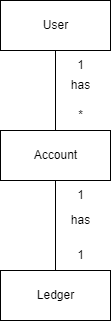
Earlier version of the draw.io export docs/domain.drawio.png (Ch0c0l4tE/tiny-bank). Source tidied: cells renumbered, new cells last; positions are measured from the earlier drawing's top-left corner, leaving out a move shared by most shapes. The source it was exported from:
```xml
<mxGraphModel>
  <root>
    <mxCell id="0" />
    <mxCell id="1" parent="0" />
    <mxCell id="2" style="edgeStyle=none;html=1;exitX=0.5;exitY=1;exitDx=0;exitDy=0;entryX=0.5;entryY=0;entryDx=0;entryDy=0;endArrow=none;endFill=0;" parent="1" edge="1" source="3" target="5">
      <mxGeometry relative="1" as="geometry" />
    </mxCell>
    <mxCell id="3" value="User" style="html=1;" parent="1" vertex="1">
      <mxGeometry width="110" height="50" as="geometry" />
    </mxCell>
    <mxCell id="4" style="edgeStyle=none;html=1;exitX=0.5;exitY=1;exitDx=0;exitDy=0;entryX=0.5;entryY=0;entryDx=0;entryDy=0;endArrow=none;endFill=0;" parent="1" edge="1" source="5" target="6">
      <mxGeometry relative="1" as="geometry" />
    </mxCell>
    <mxCell id="5" value="Account" style="html=1;" parent="1" vertex="1">
      <mxGeometry y="130" width="110" height="50" as="geometry" />
    </mxCell>
    <mxCell id="6" value="Ledger" style="html=1;" parent="1" vertex="1">
      <mxGeometry y="270" width="110" height="50" as="geometry" />
    </mxCell>
    <mxCell id="7" value="1" style="text;html=1;align=center;verticalAlign=middle;strokeColor=none;fillColor=none;" parent="1" vertex="1">
      <mxGeometry x="65" y="50" width="30" height="30" as="geometry" />
    </mxCell>
    <mxCell id="8" style="edgeStyle=none;html=1;" parent="1" edge="1" source="9" target="5">
      <mxGeometry relative="1" as="geometry" />
    </mxCell>
    <mxCell id="9" value="1" style="text;html=1;align=center;verticalAlign=middle;points=[];strokeColor=none;fillColor=none;" parent="1" vertex="1">
      <mxGeometry x="65" y="180" width="30" height="30" as="geometry" />
    </mxCell>
    <mxCell id="10" value="1" style="text;html=1;align=center;verticalAlign=middle;strokeColor=none;fillColor=none;" parent="1" vertex="1">
      <mxGeometry x="65" y="240" width="30" height="30" as="geometry" />
    </mxCell>
    <mxCell id="11" value="*" style="text;html=1;align=center;verticalAlign=middle;strokeColor=none;fillColor=none;" parent="1" vertex="1">
      <mxGeometry x="65" y="100" width="30" height="30" as="geometry" />
    </mxCell>
    <mxCell id="12" value="has" style="text;html=1;align=center;verticalAlign=middle;strokeColor=none;fillColor=none;" parent="1" vertex="1">
      <mxGeometry x="60" y="70" width="40" height="30" as="geometry" />
    </mxCell>
    <mxCell id="13" value="has" style="text;html=1;align=center;verticalAlign=middle;strokeColor=none;fillColor=none;" parent="1" vertex="1">
      <mxGeometry x="60" y="205" width="40" height="30" as="geometry" />
    </mxCell>
  </root>
</mxGraphModel>
```
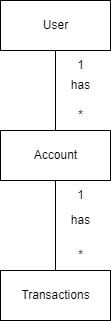
Above is the later version.

The edit, as a diff of the source:
```diff
@@ -14,7 +14,7 @@
     <mxCell id="5" value="Account" style="html=1;" parent="1" vertex="1">
       <mxGeometry y="130" width="110" height="50" as="geometry" />
     </mxCell>
-    <mxCell id="6" value="Ledger" style="html=1;" parent="1" vertex="1">
+    <mxCell id="6" value="Transactions" style="html=1;" parent="1" vertex="1">
       <mxGeometry y="270" width="110" height="50" as="geometry" />
     </mxCell>
     <mxCell id="7" value="1" style="text;html=1;align=center;verticalAlign=middle;strokeColor=none;fillColor=none;" parent="1" vertex="1">
@@ -26,7 +26,7 @@
     <mxCell id="9" value="1" style="text;html=1;align=center;verticalAlign=middle;points=[];strokeColor=none;fillColor=none;" parent="1" vertex="1">
       <mxGeometry x="65" y="180" width="30" height="30" as="geometry" />
     </mxCell>
-    <mxCell id="10" value="1" style="text;html=1;align=center;verticalAlign=middle;strokeColor=none;fillColor=none;" parent="1" vertex="1">
+    <mxCell id="10" value="*" style="text;html=1;align=center;verticalAlign=middle;strokeColor=none;fillColor=none;" parent="1" vertex="1">
       <mxGeometry x="65" y="240" width="30" height="30" as="geometry" />
     </mxCell>
     <mxCell id="11" value="*" style="text;html=1;align=center;verticalAlign=middle;strokeColor=none;fillColor=none;" parent="1" vertex="1">
```
